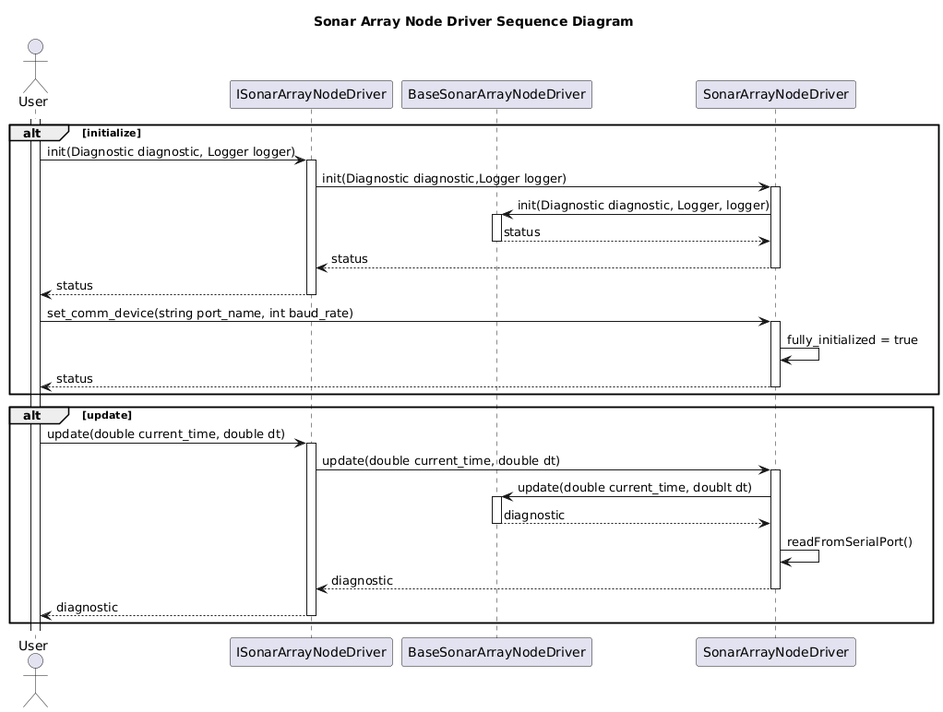
Earlier version of the PlantUML export nodes/SonarArrayNode/driver/doc/output/SonarArrayNodeDriverSequenceDiagram.png (fastrobotics/sonar_array).
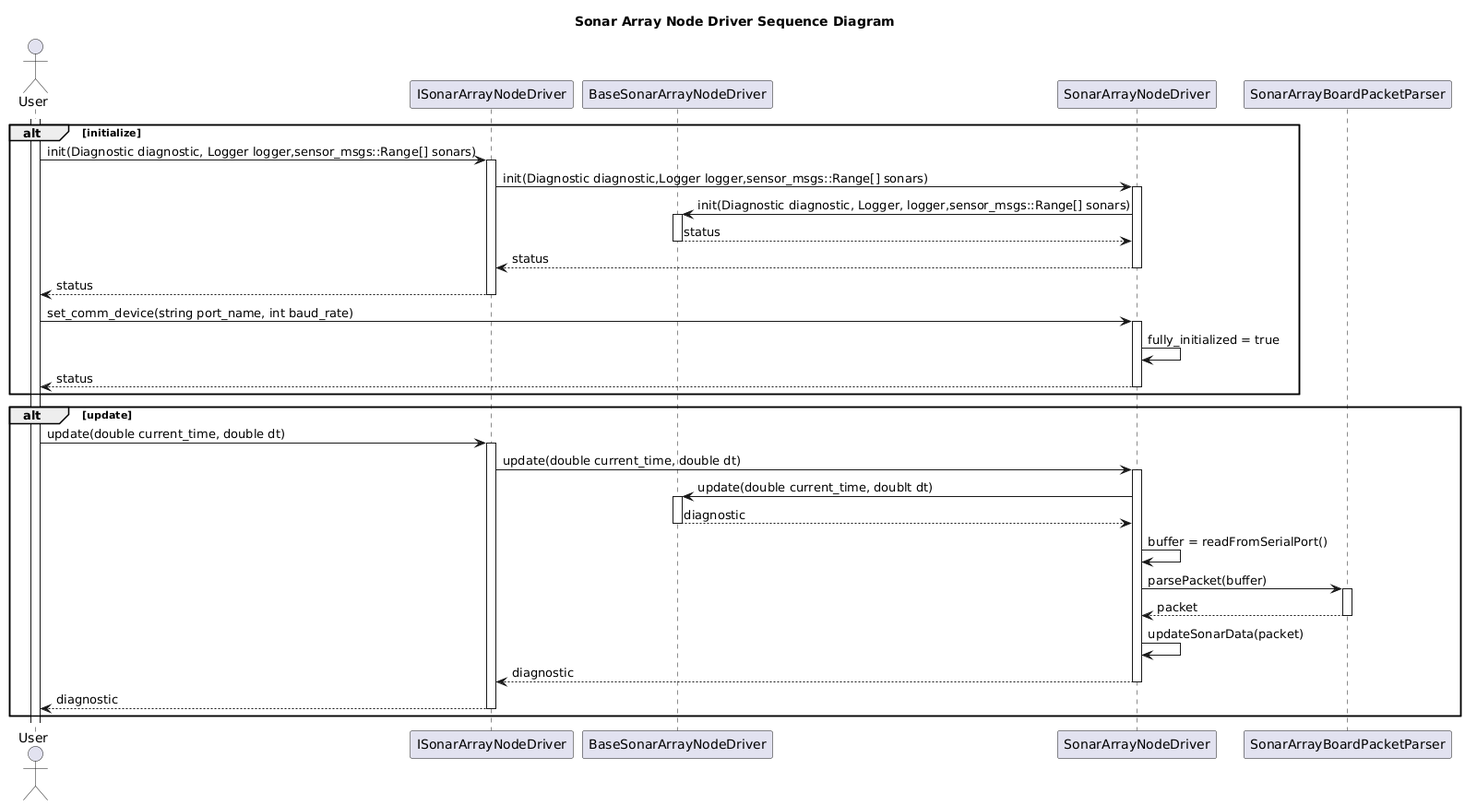
Later version of the same file.

What changed in the source:
```diff
@@ -4,12 +4,13 @@
 participant ISonarArrayNodeDriver as interface
 participant BaseSonarArrayNodeDriver as base
 participant SonarArrayNodeDriver as driver
+participant SonarArrayBoardPacketParser as parser
 
 alt initialize
 activate user
-user -> interface++: init(Diagnostic diagnostic, Logger logger)
-interface -> driver++: init(Diagnostic diagnostic,Logger logger)
-driver -> base++: init(Diagnostic diagnostic, Logger, logger)
+user -> interface++: init(Diagnostic diagnostic, Logger logger,sensor_msgs::Range[] sonars)
+interface -> driver++: init(Diagnostic diagnostic,Logger logger,sensor_msgs::Range[] sonars)
+driver -> base++: init(Diagnostic diagnostic, Logger, logger,sensor_msgs::Range[] sonars)
 base --> driver--: status
 driver --> interface--: status
 interface --> user--: status
@@ -24,7 +25,10 @@
 interface -> driver++: update(double current_time, double dt)
 driver -> base++: update(double current_time, doublt dt)
 base --> driver--: diagnostic
-driver -> driver: readFromSerialPort()
+driver -> driver: buffer = readFromSerialPort()
+driver -> parser++: parsePacket(buffer)
+parser --> driver--: packet
+driver -> driver:  updateSonarData(packet)
 driver --> interface--: diagnostic
 interface --> user--: diagnostic
 end
```
